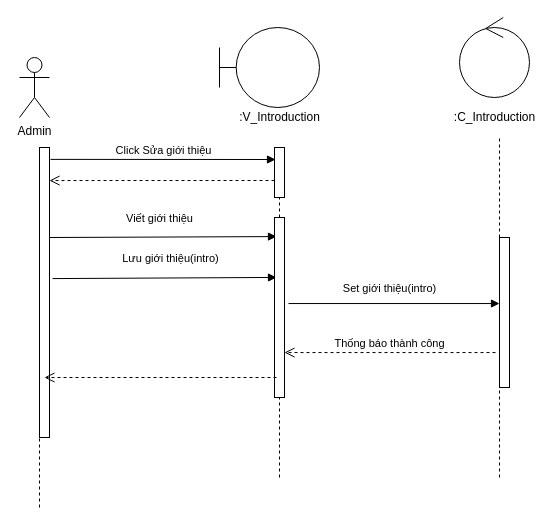
Before: Sequence/SuaGioiThieu.drawio in hoangminh15/PTTKHT, a draw.io diagram. Source tidied: cells renumbered, new cells numbered last; positions are measured from the earlier drawing's top-left corner, leaving out a move shared by most shapes. Both pictures are drawn from the tidied source at 100%, with x=0, y=0 at pixel (19, 17).
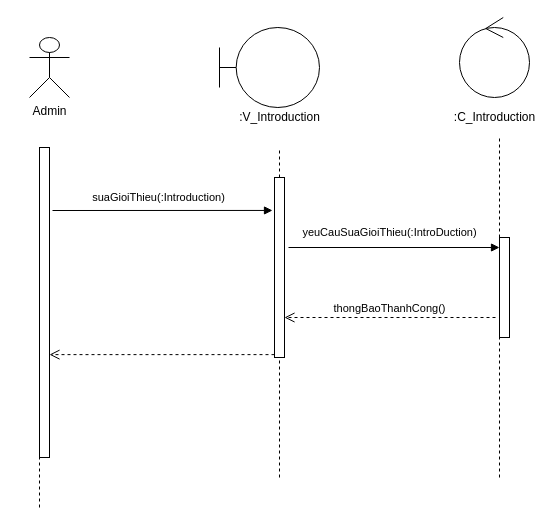
After the change.

What changed in the source:
```diff
@@
-    <mxCell id="2" value="Click Sửa giới thiệu" style="html=1;verticalAlign=bottom;endArrow=block;exitX=1.1;exitY=0.041;exitDx=0;exitDy=0;exitPerimeter=0;entryX=0.1;entryY=0.24;entryDx=0;entryDy=0;entryPerimeter=0;" parent="1" edge="1" source="16" target="14">
-      <mxGeometry relative="1" as="geometry" />
-    </mxCell>
-    <mxCell id="3" style="html=1;verticalAlign=bottom;endArrow=open;dashed=1;endSize=8;entryX=1;entryY=0.114;entryDx=0;entryDy=0;entryPerimeter=0;exitX=0;exitY=0.66;exitDx=0;exitDy=0;exitPerimeter=0;" parent="1" edge="1" source="14" target="16">
-      <mxGeometry relative="1" as="geometry" />
-    </mxCell>
-    <mxCell id="4" value="Viết giới thiệu" style="html=1;verticalAlign=bottom;endArrow=block;exitX=1;exitY=0.345;exitDx=0;exitDy=0;exitPerimeter=0;entryX=0.2;entryY=0.106;entryDx=0;entryDy=0;entryPerimeter=0;" parent="1" edge="1" target="17">
-      <mxGeometry x="-0.03" y="10" relative="1" as="geometry">
-        <mxPoint x="30" y="220" as="sourcePoint" />
+    <mxCell id="4" value="suaGioiThieu(:Introduction)" style="html=1;verticalAlign=bottom;endArrow=block;entryX=-0.2;entryY=0.183;entryDx=0;entryDy=0;entryPerimeter=0;" parent="1" edge="1" target="17">
+      <mxGeometry x="-0.04" y="4" relative="1" as="geometry">
+        <mxPoint x="33" y="193" as="sourcePoint" />
       </mxGeometry>
     </mxCell>
-    <mxCell id="5" value="Lưu giới thiệu(intro)" style="html=1;verticalAlign=bottom;endArrow=block;exitX=1.3;exitY=0.452;exitDx=0;exitDy=0;exitPerimeter=0;entryX=0.2;entryY=0.333;entryDx=0;entryDy=0;entryPerimeter=0;" parent="1" edge="1" source="16" target="17">
-      <mxGeometry x="0.05" y="10" relative="1" as="geometry" />
-    </mxCell>
-    <mxCell id="6" value="Set giới thiệu(intro)" style="html=1;verticalAlign=bottom;endArrow=block;exitX=1.4;exitY=0.478;exitDx=0;exitDy=0;exitPerimeter=0;" parent="1" edge="1" source="17" target="21">
-      <mxGeometry x="-0.04" y="6" relative="1" as="geometry" />
+    <mxCell id="6" value="yeuCauSuaGioiThieu(:IntroDuction)" style="html=1;verticalAlign=bottom;endArrow=block;" parent="1" edge="1" target="21">
+      <mxGeometry x="-0.04" y="6" relative="1" as="geometry">
+        <mxPoint x="269" y="230" as="sourcePoint" />
+      </mxGeometry>
     </mxCell>
-    <mxCell id="7" value="Thống báo thành công" style="html=1;verticalAlign=bottom;endArrow=open;dashed=1;endSize=8;exitX=-0.4;exitY=0.767;exitDx=0;exitDy=0;exitPerimeter=0;" parent="1" edge="1" source="21" target="17">
-      <mxGeometry relative="1" as="geometry" />
+    <mxCell id="7" value="thongBaoThanhCong()" style="html=1;verticalAlign=bottom;endArrow=open;dashed=1;endSize=8;" parent="1" edge="1" target="17">
+      <mxGeometry relative="1" as="geometry">
+        <mxPoint x="476" y="300" as="sourcePoint" />
+      </mxGeometry>
     </mxCell>
@@
     <mxCell id="10" value="Admin" style="shape=umlActor;verticalLabelPosition=bottom;verticalAlign=top;html=1;" parent="1" vertex="1">
-      <mxGeometry y="40" width="30" height="60" as="geometry" />
+      <mxGeometry x="10" y="20" width="40" height="60" as="geometry" />
     </mxCell>
@@
-    <mxCell id="13" style="endArrow=none;dashed=1;html=1;" parent="1" edge="1" source="14">
+    <mxCell id="13" style="endArrow=none;dashed=1;html=1;" parent="1" edge="1">
       <mxGeometry relative="1" as="geometry">
+        <mxPoint x="259.5" y="130" as="sourcePoint" />
         <mxPoint x="259.5" y="130" as="targetPoint" />
       </mxGeometry>
     </mxCell>
-    <mxCell id="14" style="html=1;points=[];perimeter=orthogonalPerimeter;" parent="1" vertex="1">
-      <mxGeometry x="255" y="130" width="10" height="50" as="geometry" />
-    </mxCell>
-    <mxCell id="15" style="endArrow=none;dashed=1;html=1;" parent="1" edge="1" source="17" target="14">
-      <mxGeometry relative="1" as="geometry" />
+    <mxCell id="15" style="endArrow=none;dashed=1;html=1;" parent="1" edge="1" source="17">
+      <mxGeometry relative="1" as="geometry">
+        <mxPoint x="260" y="130" as="targetPoint" />
+      </mxGeometry>
     </mxCell>
     <mxCell id="16" style="html=1;points=[];perimeter=orthogonalPerimeter;" parent="1" vertex="1">
-      <mxGeometry x="20" y="130" width="10" height="290" as="geometry" />
+      <mxGeometry x="20" y="130" width="10" height="310" as="geometry" />
     </mxCell>
     <mxCell id="17" style="html=1;points=[];perimeter=orthogonalPerimeter;" parent="1" vertex="1">
-      <mxGeometry x="255" y="200" width="10" height="180" as="geometry" />
+      <mxGeometry x="255" y="160" width="10" height="180" as="geometry" />
     </mxCell>
@@
     <mxCell id="21" style="html=1;points=[];perimeter=orthogonalPerimeter;" parent="1" vertex="1">
-      <mxGeometry x="480" y="220" width="10" height="150" as="geometry" />
+      <mxGeometry x="480" y="220" width="10" height="100" as="geometry" />
     </mxCell>
-    <mxCell id="22" style="html=1;verticalAlign=bottom;endArrow=open;dashed=1;endSize=8;exitX=0.2;exitY=0.889;exitDx=0;exitDy=0;exitPerimeter=0;" parent="1" edge="1" source="17">
-      <mxGeometry relative="1" as="geometry">
-        <mxPoint x="25" y="360" as="targetPoint" />
-      </mxGeometry>
+    <mxCell id="22" style="html=1;verticalAlign=bottom;endArrow=open;dashed=1;endSize=8;exitX=0;exitY=0.984;exitDx=0;exitDy=0;exitPerimeter=0;" parent="1" edge="1" source="17" target="16">
+      <mxGeometry relative="1" as="geometry" />
     </mxCell>
```
